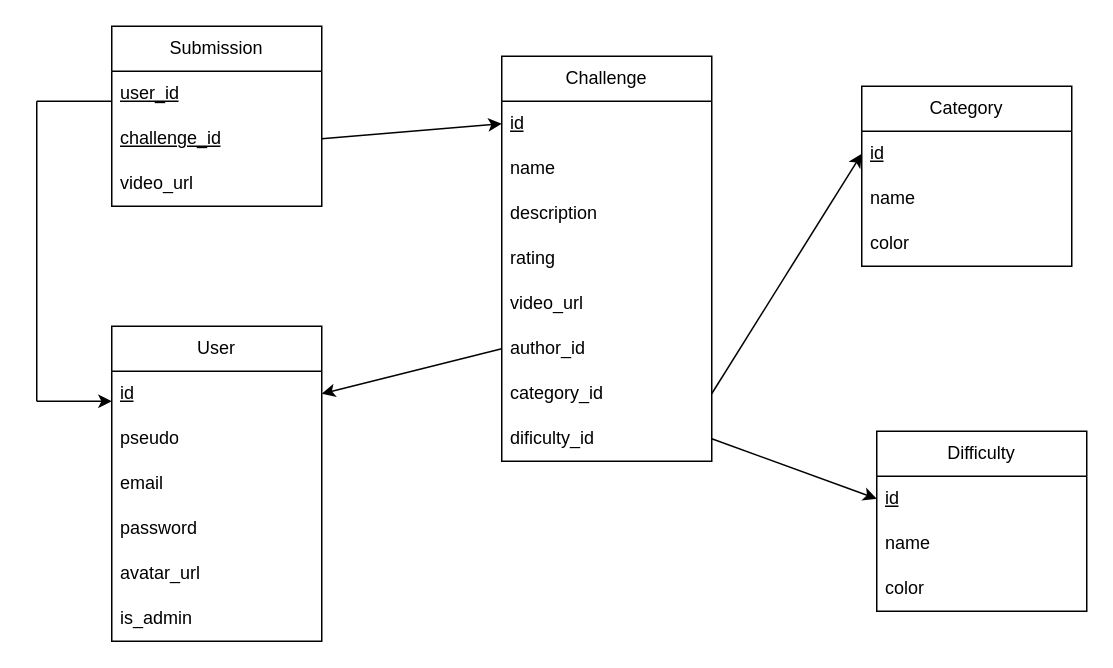
Above: docs/MLD.drawio in kishankarunanithy/Gamer-back (draw.io), before the change. Source tidied: cells renumbered, new cells numbered last; positions are measured from the earlier drawing's top-left corner, leaving out a move shared by most shapes. Both pictures are drawn from the tidied source at 150%, with x=0, y=0 at pixel (36, 26).
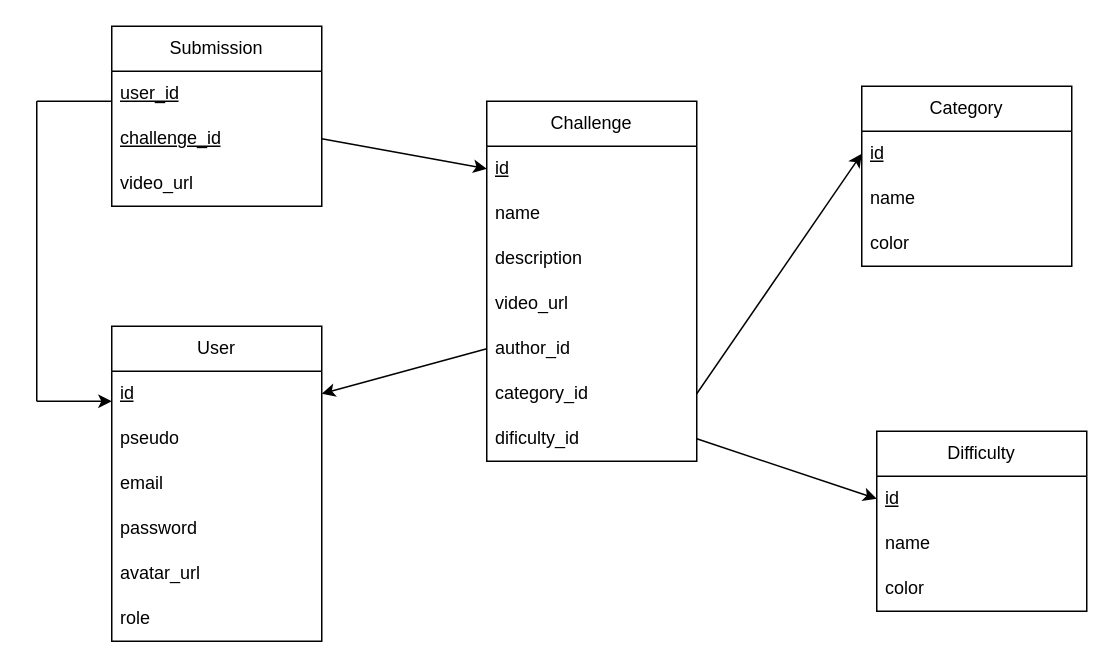
The same page after the edit.

Unchanged cells that the change refers to:
```xml
<mxCell id="2" value="User" style="swimlane;fontStyle=0;horizontal=1;startSize=30;whiteSpace=wrap;html=1;" parent="1" vertex="1">
  <mxGeometry x="50" y="200" width="140" height="210" as="geometry" />
</mxCell>
```

What changed in the source:
```diff
@@
-    <mxCell id="8" value="is_admin" style="text;strokeColor=none;fillColor=none;align=left;verticalAlign=middle;spacingLeft=4;spacingRight=4;overflow=hidden;whiteSpace=wrap;html=1;" parent="2" vertex="1">
+    <mxCell id="8" value="role" style="text;strokeColor=none;fillColor=none;align=left;verticalAlign=middle;spacingLeft=4;spacingRight=4;overflow=hidden;whiteSpace=wrap;html=1;" parent="2" vertex="1">
       <mxGeometry y="180" width="140" height="30" as="geometry" />
     </mxCell>
     <mxCell id="9" value="Challenge" style="swimlane;fontStyle=0;horizontal=1;startSize=30;whiteSpace=wrap;html=1;" parent="1" vertex="1">
-      <mxGeometry x="310" y="20" width="140" height="270" as="geometry" />
+      <mxGeometry x="300" y="50" width="140" height="240" as="geometry" />
     </mxCell>
@@
-    <mxCell id="13" value="rating" style="text;strokeColor=none;fillColor=none;align=left;verticalAlign=middle;spacingLeft=4;spacingRight=4;overflow=hidden;whiteSpace=wrap;html=1;" parent="9" vertex="1">
-      <mxGeometry y="120" width="140" height="30" as="geometry" />
-    </mxCell>
     <mxCell id="14" value="video_url" style="text;strokeColor=none;fillColor=none;align=left;verticalAlign=middle;spacingLeft=4;spacingRight=4;overflow=hidden;whiteSpace=wrap;html=1;" parent="9" vertex="1">
-      <mxGeometry y="150" width="140" height="30" as="geometry" />
+      <mxGeometry y="120" width="140" height="30" as="geometry" />
     </mxCell>
     <mxCell id="15" value="author_id" style="text;strokeColor=none;fillColor=none;align=left;verticalAlign=middle;spacingLeft=4;spacingRight=4;overflow=hidden;points=[[0,0.5],[1,0.5]];portConstraint=eastwest;whiteSpace=wrap;html=1;" parent="9" vertex="1">
-      <mxGeometry y="180" width="140" height="30" as="geometry" />
+      <mxGeometry y="150" width="140" height="30" as="geometry" />
     </mxCell>
     <mxCell id="16" value="category_id" style="text;strokeColor=none;fillColor=none;align=left;verticalAlign=middle;spacingLeft=4;spacingRight=4;overflow=hidden;points=[[0,0.5],[1,0.5]];portConstraint=eastwest;whiteSpace=wrap;html=1;" parent="9" vertex="1">
-      <mxGeometry y="210" width="140" height="30" as="geometry" />
+      <mxGeometry y="180" width="140" height="30" as="geometry" />
     </mxCell>
     <mxCell id="17" value="dificulty_id" style="text;strokeColor=none;fillColor=none;align=left;verticalAlign=middle;spacingLeft=4;spacingRight=4;overflow=hidden;points=[[0,0.5],[1,0.5]];portConstraint=eastwest;whiteSpace=wrap;html=1;" parent="9" vertex="1">
-      <mxGeometry y="240" width="140" height="30" as="geometry" />
+      <mxGeometry y="210" width="140" height="30" as="geometry" />
     </mxCell>
```
